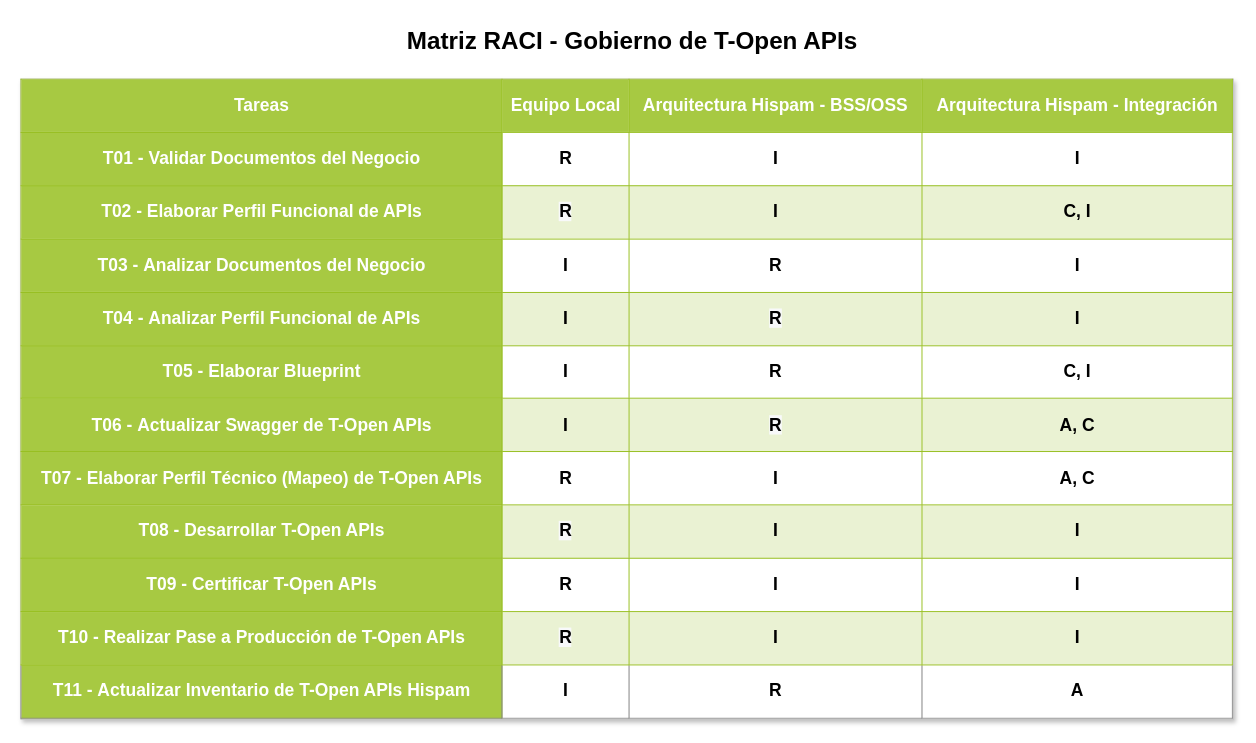
The draw.io diagram page "Matriz RACI" (2 of 2) of Gobierno de T-Open APIs v1.0.drawio in mnunezw/Gobierno-de-APIs, before the edit. Source tidied: cells renumbered, new cells numbered last; positions are measured from the earlier drawing's top-left corner, leaving out a move shared by most shapes. Both pictures are drawn from the tidied source at 97%, with x=0, y=0 at pixel (20, 20).
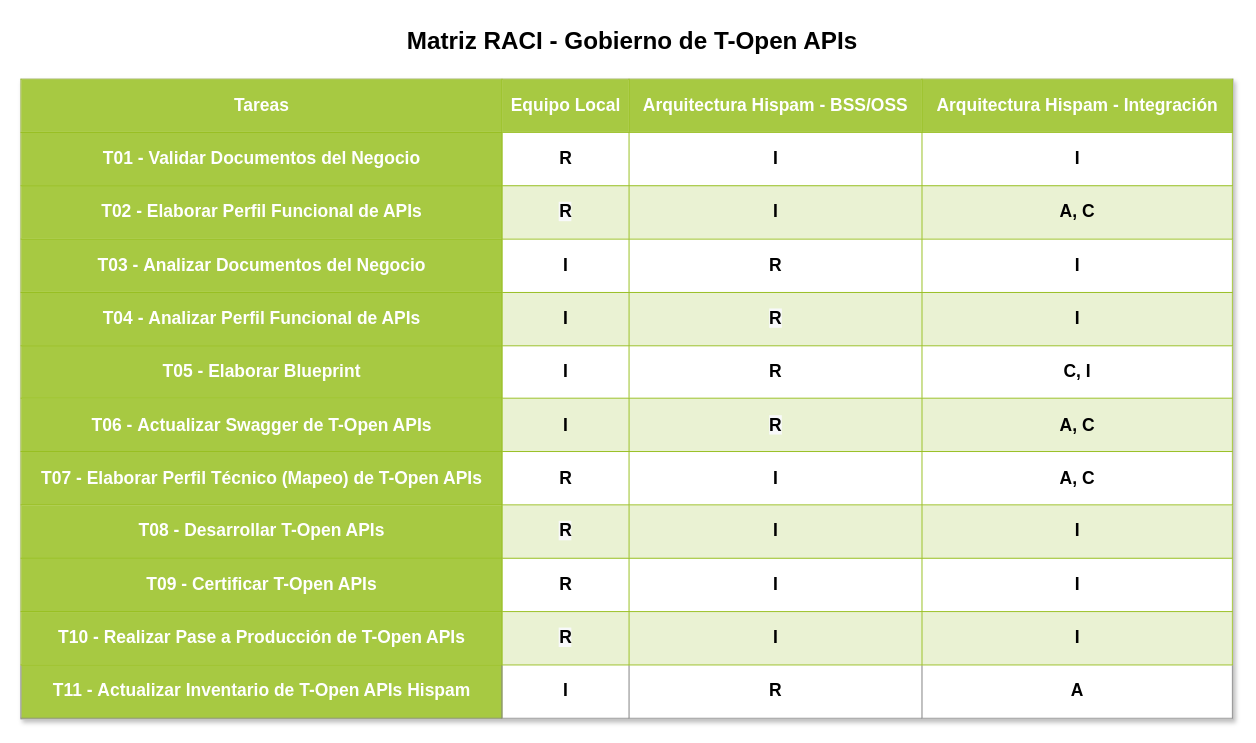
After the change.

The edit, as a diff of the source:
```diff
@@
 <mxGraphModel>
   <root>
     <mxCell id="0" />
     <mxCell id="1" parent="0" />
-    <mxCell id="2" value="&lt;table border=&quot;1&quot; width=&quot;100%&quot; cellpadding=&quot;4&quot; style=&quot;width: 100% ; height: 100% ; border-collapse: collapse ; font-size: 18px&quot;&gt;&lt;tbody style=&quot;font-size: 18px&quot;&gt;&lt;tr style=&quot;background-color: rgb(167 , 201 , 66) ; color: rgb(255 , 255 , 255) ; border: 1px solid rgb(152 , 191 , 33) ; font-size: 18px&quot;&gt;&lt;th style=&quot;font-size: 18px&quot;&gt;Tareas&lt;/th&gt;&lt;th style=&quot;font-size: 18px&quot;&gt;Equipo Local&lt;/th&gt;&lt;th&gt;Arquitectura Hispam - BSS/OSS&lt;/th&gt;&lt;th&gt;Arquitectura Hispam - Integración&lt;/th&gt;&lt;/tr&gt;&lt;tr style=&quot;border: 1px solid rgb(152 , 191 , 33) ; font-size: 18px&quot;&gt;&lt;td style=&quot;background-color: rgb(167 , 201 , 66) ; border: 1px solid rgb(152 , 191 , 33)&quot;&gt;&lt;font color=&quot;#ffffff&quot;&gt;&lt;b&gt;T01 - Validar Documentos del Negocio&lt;/b&gt;&lt;/font&gt;&lt;/td&gt;&lt;td style=&quot;font-size: 18px&quot;&gt;&lt;b&gt;R&lt;/b&gt;&lt;/td&gt;&lt;td style=&quot;font-size: 18px&quot;&gt;&lt;b&gt;I&lt;/b&gt;&lt;/td&gt;&lt;td style=&quot;font-size: 18px&quot;&gt;&lt;b&gt;I&lt;/b&gt;&lt;/td&gt;&lt;/tr&gt;&lt;tr style=&quot;background-color: rgb(234 , 242 , 211) ; border: 1px solid rgb(152 , 191 , 33) ; font-size: 18px&quot;&gt;&lt;td style=&quot;background-color: rgb(167 , 201 , 66) ; border: 1px solid rgb(152 , 191 , 33)&quot;&gt;&lt;b style=&quot;color: rgb(255 , 255 , 255)&quot;&gt;T02 -&amp;nbsp;&lt;/b&gt;&lt;b&gt;&lt;font color=&quot;#ffffff&quot;&gt;Elaborar Perfil Funcional de APIs&lt;/font&gt;&lt;br&gt;&lt;/b&gt;&lt;/td&gt;&lt;td style=&quot;font-size: 18px&quot;&gt;&lt;span style=&quot;background-color: rgb(248 , 249 , 250)&quot;&gt;&lt;b&gt;R&lt;/b&gt;&lt;/span&gt;&lt;/td&gt;&lt;td style=&quot;font-size: 18px&quot;&gt;&lt;b&gt;I&lt;/b&gt;&lt;/td&gt;&lt;td style=&quot;font-size: 18px&quot;&gt;&lt;b&gt;C, I&lt;/b&gt;&lt;/td&gt;&lt;/tr&gt;&lt;tr style=&quot;border: 1px solid rgb(152 , 191 , 33) ; font-size: 18px&quot;&gt;&lt;td style=&quot;background-color: rgb(167 , 201 , 66) ; border: 1px solid rgb(152 , 191 , 33)&quot;&gt;&lt;b style=&quot;color: rgb(255 , 255 , 255)&quot;&gt;T03 -&amp;nbsp;&lt;/b&gt;&lt;b&gt;&lt;font color=&quot;#ffffff&quot;&gt;Analizar Documentos del Negocio&lt;/font&gt;&lt;br&gt;&lt;/b&gt;&lt;/td&gt;&lt;td style=&quot;font-size: 18px&quot;&gt;&lt;b&gt;I&lt;/b&gt;&lt;/td&gt;&lt;td style=&quot;font-size: 18px&quot;&gt;&lt;b&gt;R&lt;/b&gt;&lt;/td&gt;&lt;td style=&quot;font-size: 18px&quot;&gt;&lt;b&gt;I&lt;/b&gt;&lt;/td&gt;&lt;/tr&gt;&lt;tr style=&quot;background-color: rgb(234 , 242 , 211) ; border: 1px solid rgb(152 , 191 , 33) ; font-size: 18px&quot;&gt;&lt;td style=&quot;background-color: rgb(167 , 201 , 66) ; border: 1px solid rgb(152 , 191 , 33)&quot;&gt;&lt;b style=&quot;color: rgb(255 , 255 , 255)&quot;&gt;T04 -&amp;nbsp;&lt;/b&gt;&lt;b&gt;&lt;font color=&quot;#ffffff&quot;&gt;Analizar Perfil Funcional de APIs&lt;/font&gt;&lt;br&gt;&lt;/b&gt;&lt;/td&gt;&lt;td style=&quot;font-size: 18px&quot;&gt;&lt;b&gt;I&lt;/b&gt;&lt;/td&gt;&lt;td style=&quot;font-size: 18px&quot;&gt;&lt;span style=&quot;background-color: rgb(248 , 249 , 250)&quot;&gt;&lt;b&gt;R&lt;/b&gt;&lt;/span&gt;&lt;/td&gt;&lt;td style=&quot;font-size: 18px&quot;&gt;&lt;b&gt;I&lt;/b&gt;&lt;/td&gt;&lt;/tr&gt;&lt;tr style=&quot;border: 1px solid rgb(152 , 191 , 33) ; font-size: 18px&quot;&gt;&lt;td style=&quot;background-color: rgb(167 , 201 , 66) ; border: 1px solid rgb(152 , 191 , 33)&quot;&gt;&lt;b style=&quot;color: rgb(255 , 255 , 255)&quot;&gt;T05 -&amp;nbsp;&lt;/b&gt;&lt;font color=&quot;#ffffff&quot;&gt;&lt;b&gt;Elaborar Blueprint&lt;/b&gt;&lt;/font&gt;&lt;/td&gt;&lt;td style=&quot;font-size: 18px&quot;&gt;&lt;b&gt;I&lt;/b&gt;&lt;/td&gt;&lt;td style=&quot;font-size: 18px&quot;&gt;&lt;b&gt;R&lt;br style=&quot;font-size: 18px&quot;&gt;&lt;/b&gt;&lt;/td&gt;&lt;td style=&quot;font-size: 18px&quot;&gt;&lt;b&gt;C, I&lt;/b&gt;&lt;/td&gt;&lt;/tr&gt;&lt;tr style=&quot;background-color: rgb(234 , 242 , 211) ; border: 1px solid rgb(152 , 191 , 33) ; font-size: 18px&quot;&gt;&lt;td style=&quot;background-color: rgb(167 , 201 , 66) ; border: 1px solid rgb(152 , 191 , 33)&quot;&gt;&lt;b style=&quot;color: rgb(255 , 255 , 255)&quot;&gt;T06 -&amp;nbsp;&lt;/b&gt;&lt;font color=&quot;#ffffff&quot;&gt;&lt;b&gt;Actualizar Swagger de T-Open APIs&lt;/b&gt;&lt;/font&gt;&lt;/td&gt;&lt;td style=&quot;font-size: 18px&quot;&gt;&lt;b&gt;I&lt;/b&gt;&lt;/td&gt;&lt;td style=&quot;font-size: 18px&quot;&gt;&lt;b&gt;&lt;span style=&quot;background-color: rgb(248 , 249 , 250)&quot;&gt;R&lt;/span&gt;&lt;br style=&quot;font-size: 18px&quot;&gt;&lt;/b&gt;&lt;/td&gt;&lt;td style=&quot;font-size: 18px&quot;&gt;&lt;b&gt;A, C&lt;/b&gt;&lt;/td&gt;&lt;/tr&gt;&lt;tr style=&quot;border: 1px solid rgb(152 , 191 , 33) ; font-size: 18px&quot;&gt;&lt;td style=&quot;background-color: rgb(167 , 201 , 66) ; border: 1px solid rgb(152 , 191 , 33)&quot;&gt;&lt;font color=&quot;#ffffff&quot;&gt;&lt;b&gt;T07 - Elaborar Perfil Técnico (Mapeo) de T-Open APIs&lt;/b&gt;&lt;/font&gt;&lt;/td&gt;&lt;td style=&quot;font-size: 18px&quot;&gt;&lt;b&gt;R&lt;br style=&quot;font-size: 18px&quot;&gt;&lt;/b&gt;&lt;/td&gt;&lt;td style=&quot;font-size: 18px&quot;&gt;&lt;b&gt;I&lt;/b&gt;&lt;/td&gt;&lt;td style=&quot;font-size: 18px&quot;&gt;&lt;b&gt;A, C&lt;/b&gt;&lt;/td&gt;&lt;/tr&gt;&lt;tr style=&quot;background-color: rgb(234 , 242 , 211) ; border: 1px solid rgb(152 , 191 , 33) ; font-size: 18px&quot;&gt;&lt;td style=&quot;background-color: rgb(167 , 201 , 66) ; border: 1px solid rgb(152 , 191 , 33)&quot;&gt;&lt;b style=&quot;color: rgb(255 , 255 , 255)&quot;&gt;T08 -&amp;nbsp;&lt;/b&gt;&lt;font color=&quot;#ffffff&quot;&gt;&lt;b&gt;Desarrollar T-Open APIs&lt;/b&gt;&lt;/font&gt;&lt;/td&gt;&lt;td style=&quot;font-size: 18px&quot;&gt;&lt;b&gt;&lt;span style=&quot;background-color: rgb(248 , 249 , 250)&quot;&gt;R&lt;/span&gt;&lt;br style=&quot;font-size: 18px&quot;&gt;&lt;/b&gt;&lt;/td&gt;&lt;td style=&quot;font-size: 18px&quot;&gt;&lt;b&gt;I&lt;/b&gt;&lt;/td&gt;&lt;td style=&quot;font-size: 18px&quot;&gt;&lt;b&gt;I&lt;/b&gt;&lt;/td&gt;&lt;/tr&gt;&lt;tr style=&quot;border: 1px solid rgb(152 , 191 , 33) ; font-size: 18px&quot;&gt;&lt;td style=&quot;background-color: rgb(167 , 201 , 66) ; border: 1px solid rgb(152 , 191 , 33)&quot;&gt;&lt;b style=&quot;color: rgb(255 , 255 , 255)&quot;&gt;T09 -&amp;nbsp;&lt;/b&gt;&lt;font color=&quot;#ffffff&quot;&gt;&lt;b&gt;Certificar T-Open APIs&lt;/b&gt;&lt;/font&gt;&lt;/td&gt;&lt;td style=&quot;font-size: 18px&quot;&gt;&lt;b&gt;R&lt;br style=&quot;font-size: 18px&quot;&gt;&lt;/b&gt;&lt;/td&gt;&lt;td style=&quot;font-size: 18px&quot;&gt;&lt;b&gt;I&lt;/b&gt;&lt;/td&gt;&lt;td style=&quot;font-size: 18px&quot;&gt;&lt;b&gt;I&lt;/b&gt;&lt;/td&gt;&lt;/tr&gt;&lt;tr style=&quot;background-color: rgb(234 , 242 , 211) ; border: 1px solid rgb(152 , 191 , 33) ; font-size: 18px&quot;&gt;&lt;td style=&quot;background-color: rgb(167 , 201 , 66) ; border: 1px solid rgb(152 , 191 , 33)&quot;&gt;&lt;b style=&quot;color: rgb(255 , 255 , 255)&quot;&gt;T10 -&amp;nbsp;&lt;/b&gt;&lt;font color=&quot;#ffffff&quot;&gt;&lt;b&gt;Realizar Pase a Producción de T-Open APIs&lt;/b&gt;&lt;/font&gt;&lt;/td&gt;&lt;td style=&quot;font-size: 18px&quot;&gt;&lt;b&gt;&lt;span style=&quot;background-color: rgb(248 , 249 , 250)&quot;&gt;R&lt;/span&gt;&lt;br style=&quot;font-size: 18px&quot;&gt;&lt;/b&gt;&lt;/td&gt;&lt;td style=&quot;font-size: 18px&quot;&gt;&lt;b&gt;I&lt;/b&gt;&lt;/td&gt;&lt;td style=&quot;font-size: 18px&quot;&gt;&lt;b&gt;I&lt;/b&gt;&lt;/td&gt;&lt;/tr&gt;&lt;tr&gt;&lt;td style=&quot;background-color: rgb(167 , 201 , 66)&quot;&gt;&lt;b style=&quot;color: rgb(255 , 255 , 255)&quot;&gt;T11 -&amp;nbsp;&lt;/b&gt;&lt;font color=&quot;#ffffff&quot;&gt;&lt;b&gt;Actualizar Inventario de T-Open APIs Hispam&lt;/b&gt;&lt;/font&gt;&lt;/td&gt;&lt;td&gt;&lt;b&gt;I&lt;/b&gt;&lt;/td&gt;&lt;td&gt;&lt;b&gt;R&lt;/b&gt;&lt;/td&gt;&lt;td&gt;&lt;b&gt;A&lt;/b&gt;&lt;br&gt;&lt;/td&gt;&lt;/tr&gt;&lt;/tbody&gt;&lt;/table&gt;" style="text;html=1;strokeColor=#c0c0c0;fillColor=#ffffff;overflow=fill;rounded=0;shadow=1;fontSize=18;fontColor=#000000;align=center;" parent="1" vertex="1">
+    <mxCell id="2" value="&lt;table border=&quot;1&quot; width=&quot;100%&quot; cellpadding=&quot;4&quot; style=&quot;width: 100% ; height: 100% ; border-collapse: collapse ; font-size: 18px&quot;&gt;&lt;tbody style=&quot;font-size: 18px&quot;&gt;&lt;tr style=&quot;background-color: rgb(167 , 201 , 66) ; color: rgb(255 , 255 , 255) ; border: 1px solid rgb(152 , 191 , 33) ; font-size: 18px&quot;&gt;&lt;th style=&quot;font-size: 18px&quot;&gt;Tareas&lt;/th&gt;&lt;th style=&quot;font-size: 18px&quot;&gt;Equipo Local&lt;/th&gt;&lt;th&gt;Arquitectura Hispam - BSS/OSS&lt;/th&gt;&lt;th&gt;Arquitectura Hispam - Integración&lt;/th&gt;&lt;/tr&gt;&lt;tr style=&quot;border: 1px solid rgb(152 , 191 , 33) ; font-size: 18px&quot;&gt;&lt;td style=&quot;background-color: rgb(167 , 201 , 66) ; border: 1px solid rgb(152 , 191 , 33)&quot;&gt;&lt;font color=&quot;#ffffff&quot;&gt;&lt;b&gt;T01 - Validar Documentos del Negocio&lt;/b&gt;&lt;/font&gt;&lt;/td&gt;&lt;td style=&quot;font-size: 18px&quot;&gt;&lt;b&gt;R&lt;/b&gt;&lt;/td&gt;&lt;td style=&quot;font-size: 18px&quot;&gt;&lt;b&gt;I&lt;/b&gt;&lt;/td&gt;&lt;td style=&quot;font-size: 18px&quot;&gt;&lt;b&gt;I&lt;/b&gt;&lt;/td&gt;&lt;/tr&gt;&lt;tr style=&quot;background-color: rgb(234 , 242 , 211) ; border: 1px solid rgb(152 , 191 , 33) ; font-size: 18px&quot;&gt;&lt;td style=&quot;background-color: rgb(167 , 201 , 66) ; border: 1px solid rgb(152 , 191 , 33)&quot;&gt;&lt;b style=&quot;color: rgb(255 , 255 , 255)&quot;&gt;T02 -&amp;nbsp;&lt;/b&gt;&lt;b&gt;&lt;font color=&quot;#ffffff&quot;&gt;Elaborar Perfil Funcional de APIs&lt;/font&gt;&lt;br&gt;&lt;/b&gt;&lt;/td&gt;&lt;td style=&quot;font-size: 18px&quot;&gt;&lt;span style=&quot;background-color: rgb(248 , 249 , 250)&quot;&gt;&lt;b&gt;R&lt;/b&gt;&lt;/span&gt;&lt;/td&gt;&lt;td style=&quot;font-size: 18px&quot;&gt;&lt;b&gt;I&lt;/b&gt;&lt;/td&gt;&lt;td style=&quot;font-size: 18px&quot;&gt;&lt;b&gt;A, C&lt;/b&gt;&lt;/td&gt;&lt;/tr&gt;&lt;tr style=&quot;border: 1px solid rgb(152 , 191 , 33) ; font-size: 18px&quot;&gt;&lt;td style=&quot;background-color: rgb(167 , 201 , 66) ; border: 1px solid rgb(152 , 191 , 33)&quot;&gt;&lt;b style=&quot;color: rgb(255 , 255 , 255)&quot;&gt;T03 -&amp;nbsp;&lt;/b&gt;&lt;b&gt;&lt;font color=&quot;#ffffff&quot;&gt;Analizar Documentos del Negocio&lt;/font&gt;&lt;br&gt;&lt;/b&gt;&lt;/td&gt;&lt;td style=&quot;font-size: 18px&quot;&gt;&lt;b&gt;I&lt;/b&gt;&lt;/td&gt;&lt;td style=&quot;font-size: 18px&quot;&gt;&lt;b&gt;R&lt;/b&gt;&lt;/td&gt;&lt;td style=&quot;font-size: 18px&quot;&gt;&lt;b&gt;I&lt;/b&gt;&lt;/td&gt;&lt;/tr&gt;&lt;tr style=&quot;background-color: rgb(234 , 242 , 211) ; border: 1px solid rgb(152 , 191 , 33) ; font-size: 18px&quot;&gt;&lt;td style=&quot;background-color: rgb(167 , 201 , 66) ; border: 1px solid rgb(152 , 191 , 33)&quot;&gt;&lt;b style=&quot;color: rgb(255 , 255 , 255)&quot;&gt;T04 -&amp;nbsp;&lt;/b&gt;&lt;b&gt;&lt;font color=&quot;#ffffff&quot;&gt;Analizar Perfil Funcional de APIs&lt;/font&gt;&lt;br&gt;&lt;/b&gt;&lt;/td&gt;&lt;td style=&quot;font-size: 18px&quot;&gt;&lt;b&gt;I&lt;/b&gt;&lt;/td&gt;&lt;td style=&quot;font-size: 18px&quot;&gt;&lt;span style=&quot;background-color: rgb(248 , 249 , 250)&quot;&gt;&lt;b&gt;R&lt;/b&gt;&lt;/span&gt;&lt;/td&gt;&lt;td style=&quot;font-size: 18px&quot;&gt;&lt;b&gt;I&lt;/b&gt;&lt;/td&gt;&lt;/tr&gt;&lt;tr style=&quot;border: 1px solid rgb(152 , 191 , 33) ; font-size: 18px&quot;&gt;&lt;td style=&quot;background-color: rgb(167 , 201 , 66) ; border: 1px solid rgb(152 , 191 , 33)&quot;&gt;&lt;b style=&quot;color: rgb(255 , 255 , 255)&quot;&gt;T05 -&amp;nbsp;&lt;/b&gt;&lt;font color=&quot;#ffffff&quot;&gt;&lt;b&gt;Elaborar Blueprint&lt;/b&gt;&lt;/font&gt;&lt;/td&gt;&lt;td style=&quot;font-size: 18px&quot;&gt;&lt;b&gt;I&lt;/b&gt;&lt;/td&gt;&lt;td style=&quot;font-size: 18px&quot;&gt;&lt;b&gt;R&lt;br style=&quot;font-size: 18px&quot;&gt;&lt;/b&gt;&lt;/td&gt;&lt;td style=&quot;font-size: 18px&quot;&gt;&lt;b&gt;C, I&lt;/b&gt;&lt;/td&gt;&lt;/tr&gt;&lt;tr style=&quot;background-color: rgb(234 , 242 , 211) ; border: 1px solid rgb(152 , 191 , 33) ; font-size: 18px&quot;&gt;&lt;td style=&quot;background-color: rgb(167 , 201 , 66) ; border: 1px solid rgb(152 , 191 , 33)&quot;&gt;&lt;b style=&quot;color: rgb(255 , 255 , 255)&quot;&gt;T06 -&amp;nbsp;&lt;/b&gt;&lt;font color=&quot;#ffffff&quot;&gt;&lt;b&gt;Actualizar Swagger de T-Open APIs&lt;/b&gt;&lt;/font&gt;&lt;/td&gt;&lt;td style=&quot;font-size: 18px&quot;&gt;&lt;b&gt;I&lt;/b&gt;&lt;/td&gt;&lt;td style=&quot;font-size: 18px&quot;&gt;&lt;b&gt;&lt;span style=&quot;background-color: rgb(248 , 249 , 250)&quot;&gt;R&lt;/span&gt;&lt;br style=&quot;font-size: 18px&quot;&gt;&lt;/b&gt;&lt;/td&gt;&lt;td style=&quot;font-size: 18px&quot;&gt;&lt;b&gt;A, C&lt;/b&gt;&lt;/td&gt;&lt;/tr&gt;&lt;tr style=&quot;border: 1px solid rgb(152 , 191 , 33) ; font-size: 18px&quot;&gt;&lt;td style=&quot;background-color: rgb(167 , 201 , 66) ; border: 1px solid rgb(152 , 191 , 33)&quot;&gt;&lt;font color=&quot;#ffffff&quot;&gt;&lt;b&gt;T07 - Elaborar Perfil Técnico (Mapeo) de T-Open APIs&lt;/b&gt;&lt;/font&gt;&lt;/td&gt;&lt;td style=&quot;font-size: 18px&quot;&gt;&lt;b&gt;R&lt;br style=&quot;font-size: 18px&quot;&gt;&lt;/b&gt;&lt;/td&gt;&lt;td style=&quot;font-size: 18px&quot;&gt;&lt;b&gt;I&lt;/b&gt;&lt;/td&gt;&lt;td style=&quot;font-size: 18px&quot;&gt;&lt;b&gt;A, C&lt;/b&gt;&lt;/td&gt;&lt;/tr&gt;&lt;tr style=&quot;background-color: rgb(234 , 242 , 211) ; border: 1px solid rgb(152 , 191 , 33) ; font-size: 18px&quot;&gt;&lt;td style=&quot;background-color: rgb(167 , 201 , 66) ; border: 1px solid rgb(152 , 191 , 33)&quot;&gt;&lt;b style=&quot;color: rgb(255 , 255 , 255)&quot;&gt;T08 -&amp;nbsp;&lt;/b&gt;&lt;font color=&quot;#ffffff&quot;&gt;&lt;b&gt;Desarrollar T-Open APIs&lt;/b&gt;&lt;/font&gt;&lt;/td&gt;&lt;td style=&quot;font-size: 18px&quot;&gt;&lt;b&gt;&lt;span style=&quot;background-color: rgb(248 , 249 , 250)&quot;&gt;R&lt;/span&gt;&lt;br style=&quot;font-size: 18px&quot;&gt;&lt;/b&gt;&lt;/td&gt;&lt;td style=&quot;font-size: 18px&quot;&gt;&lt;b&gt;I&lt;/b&gt;&lt;/td&gt;&lt;td style=&quot;font-size: 18px&quot;&gt;&lt;b&gt;I&lt;/b&gt;&lt;/td&gt;&lt;/tr&gt;&lt;tr style=&quot;border: 1px solid rgb(152 , 191 , 33) ; font-size: 18px&quot;&gt;&lt;td style=&quot;background-color: rgb(167 , 201 , 66) ; border: 1px solid rgb(152 , 191 , 33)&quot;&gt;&lt;b style=&quot;color: rgb(255 , 255 , 255)&quot;&gt;T09 -&amp;nbsp;&lt;/b&gt;&lt;font color=&quot;#ffffff&quot;&gt;&lt;b&gt;Certificar T-Open APIs&lt;/b&gt;&lt;/font&gt;&lt;/td&gt;&lt;td style=&quot;font-size: 18px&quot;&gt;&lt;b&gt;R&lt;br style=&quot;font-size: 18px&quot;&gt;&lt;/b&gt;&lt;/td&gt;&lt;td style=&quot;font-size: 18px&quot;&gt;&lt;b&gt;I&lt;/b&gt;&lt;/td&gt;&lt;td style=&quot;font-size: 18px&quot;&gt;&lt;b&gt;I&lt;/b&gt;&lt;/td&gt;&lt;/tr&gt;&lt;tr style=&quot;background-color: rgb(234 , 242 , 211) ; border: 1px solid rgb(152 , 191 , 33) ; font-size: 18px&quot;&gt;&lt;td style=&quot;background-color: rgb(167 , 201 , 66) ; border: 1px solid rgb(152 , 191 , 33)&quot;&gt;&lt;b style=&quot;color: rgb(255 , 255 , 255)&quot;&gt;T10 -&amp;nbsp;&lt;/b&gt;&lt;font color=&quot;#ffffff&quot;&gt;&lt;b&gt;Realizar Pase a Producción de T-Open APIs&lt;/b&gt;&lt;/font&gt;&lt;/td&gt;&lt;td style=&quot;font-size: 18px&quot;&gt;&lt;b&gt;&lt;span style=&quot;background-color: rgb(248 , 249 , 250)&quot;&gt;R&lt;/span&gt;&lt;br style=&quot;font-size: 18px&quot;&gt;&lt;/b&gt;&lt;/td&gt;&lt;td style=&quot;font-size: 18px&quot;&gt;&lt;b&gt;I&lt;/b&gt;&lt;/td&gt;&lt;td style=&quot;font-size: 18px&quot;&gt;&lt;b&gt;I&lt;/b&gt;&lt;/td&gt;&lt;/tr&gt;&lt;tr&gt;&lt;td style=&quot;background-color: rgb(167 , 201 , 66)&quot;&gt;&lt;b style=&quot;color: rgb(255 , 255 , 255)&quot;&gt;T11 -&amp;nbsp;&lt;/b&gt;&lt;font color=&quot;#ffffff&quot;&gt;&lt;b&gt;Actualizar Inventario de T-Open APIs Hispam&lt;/b&gt;&lt;/font&gt;&lt;/td&gt;&lt;td&gt;&lt;b&gt;I&lt;/b&gt;&lt;/td&gt;&lt;td&gt;&lt;b&gt;R&lt;/b&gt;&lt;/td&gt;&lt;td&gt;&lt;b&gt;A&lt;/b&gt;&lt;br&gt;&lt;/td&gt;&lt;/tr&gt;&lt;/tbody&gt;&lt;/table&gt;" style="text;html=1;strokeColor=#c0c0c0;fillColor=#ffffff;overflow=fill;rounded=0;shadow=1;fontSize=18;fontColor=#000000;align=center;" parent="1" vertex="1">
       <mxGeometry y="60" width="1250" height="660" as="geometry" />
     </mxCell>
     <mxCell id="3" value="Matriz RACI - Gobierno de T-Open APIs" style="text;strokeColor=none;fillColor=none;html=1;fontSize=25;fontStyle=1;verticalAlign=middle;align=center;rounded=0;shadow=1;" parent="1" vertex="1">
       <mxGeometry x="400" width="460" height="40" as="geometry" />
     </mxCell>
   </root>
 </mxGraphModel>
```
